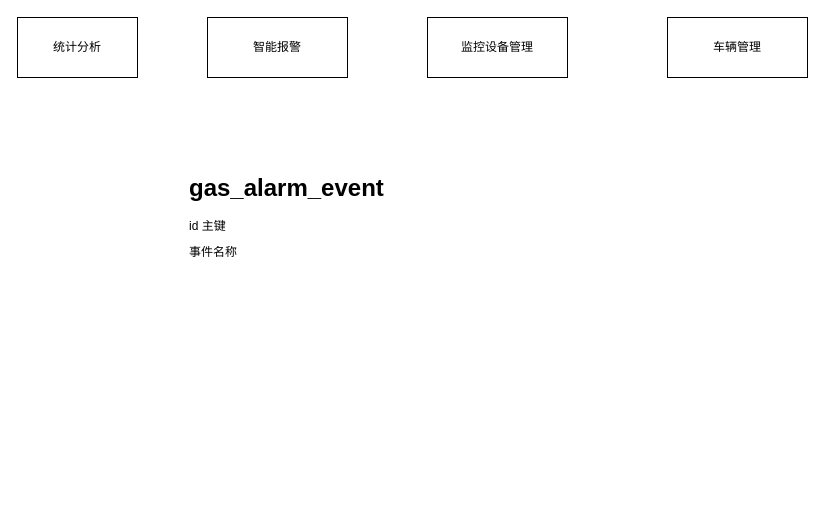
The draw.io diagram 加油站.drawio in w1041660542/draw.io, before the edit. Source tidied: cells renumbered, new cells numbered last; positions are measured from the earlier drawing's top-left corner, leaving out a move shared by most shapes. Both pictures are drawn from the tidied source at 100%, with x=0, y=0 at pixel (17, 17).
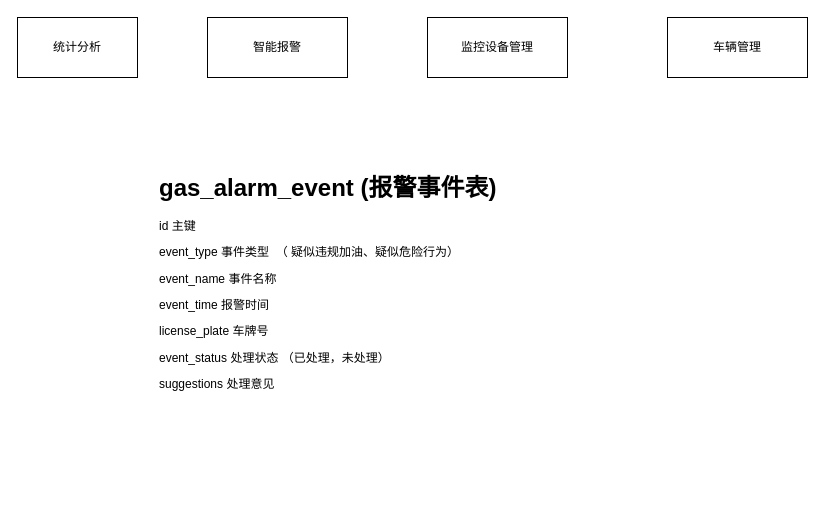
The same page after the edit.

Commit message (it also covers changes not shown here):
更新加油站.drawio

What changed in the source:
```diff
@@
 <mxGraphModel>
   <root>
     <mxCell id="0" />
     <mxCell id="1" parent="0" />
     <mxCell id="2" value="智能报警" style="rounded=0;whiteSpace=wrap;html=1;" parent="1" vertex="1">
       <mxGeometry x="190" width="140" height="60" as="geometry" />
     </mxCell>
     <mxCell id="3" value="车辆管理" style="rounded=0;whiteSpace=wrap;html=1;" parent="1" vertex="1">
       <mxGeometry x="650" width="140" height="60" as="geometry" />
     </mxCell>
     <mxCell id="4" value="监控设备管理" style="rounded=0;whiteSpace=wrap;html=1;" parent="1" vertex="1">
       <mxGeometry x="410" width="140" height="60" as="geometry" />
     </mxCell>
     <mxCell id="5" value="统计分析" style="rounded=0;whiteSpace=wrap;html=1;" parent="1" vertex="1">
       <mxGeometry width="120" height="60" as="geometry" />
     </mxCell>
     <mxCell id="6" style="edgeStyle=orthogonalEdgeStyle;rounded=0;orthogonalLoop=1;jettySize=auto;html=1;exitX=0.5;exitY=1;exitDx=0;exitDy=0;" parent="1" edge="1" source="3" target="3">
       <mxGeometry relative="1" as="geometry" />
     </mxCell>
-    <mxCell id="7" value="&lt;h1 style=&quot;margin-top: 0px;&quot;&gt;gas_alarm_event&lt;/h1&gt;&lt;p&gt;id 主键&lt;/p&gt;&lt;p&gt;事件名称&lt;/p&gt;" style="text;html=1;whiteSpace=wrap;overflow=hidden;rounded=0;" parent="1" vertex="1">
-      <mxGeometry x="170" y="150" width="230" height="200" as="geometry" />
+    <mxCell id="7" value="&lt;h1 style=&quot;margin-top: 0px;&quot;&gt;gas_alarm_event (报警事件表)&lt;/h1&gt;&lt;p&gt;id 主键&lt;/p&gt;&lt;p&gt;event_type 事件类型&amp;nbsp; （ 疑似违规加油、疑似危险行为）&lt;/p&gt;&lt;p&gt;event_name 事件名称&lt;/p&gt;&lt;p&gt;event_time 报警时间&lt;/p&gt;&lt;p&gt;license_plate 车牌号&lt;/p&gt;&lt;p&gt;event_status 处理状态 （已处理，未处理）&lt;/p&gt;&lt;p&gt;suggestions 处理意见&lt;/p&gt;&lt;p&gt;&lt;br&gt;&lt;/p&gt;&lt;p&gt;&lt;br&gt;&lt;/p&gt;&lt;p&gt;&lt;br&gt;&lt;/p&gt;&lt;p&gt;&lt;br&gt;&lt;/p&gt;&lt;p&gt;&lt;br&gt;&lt;/p&gt;&lt;p&gt;&lt;br&gt;&lt;/p&gt;&lt;p&gt;&lt;br&gt;&lt;/p&gt;&lt;p&gt;&lt;br&gt;&lt;/p&gt;" style="text;html=1;whiteSpace=wrap;overflow=hidden;rounded=0;" parent="1" vertex="1">
+      <mxGeometry x="140" y="150" width="420" height="340" as="geometry" />
     </mxCell>
   </root>
 </mxGraphModel>
```
